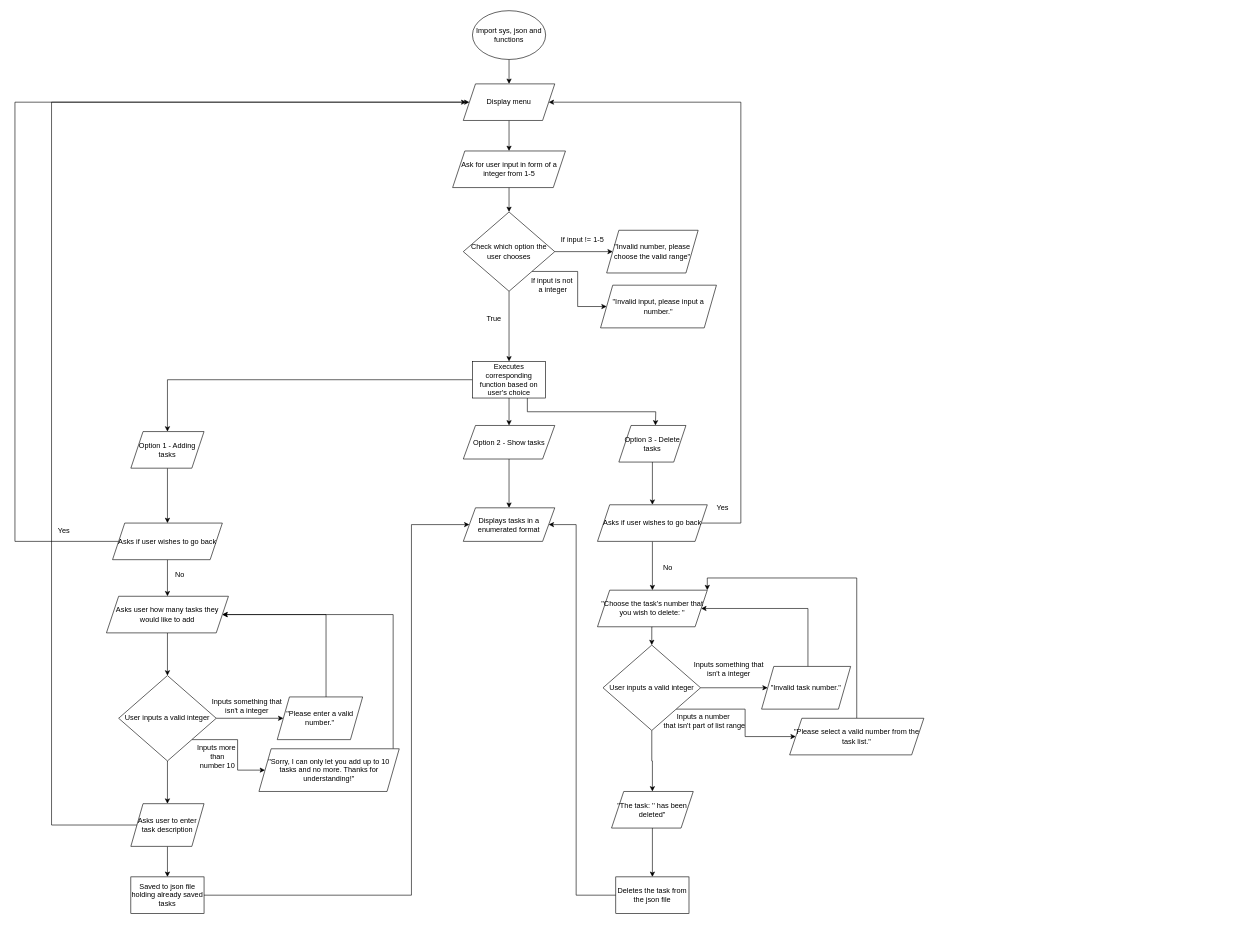
The draw.io diagram Untitled Diagram.drawio in r3dkoi/personal-projects, before the edit. Source tidied: cells renumbered, new cells numbered last; positions are measured from the earlier drawing's top-left corner, leaving out a move shared by most shapes. Both pictures are drawn from the tidied source at 61%, with x=0, y=0 at pixel (15, 10).
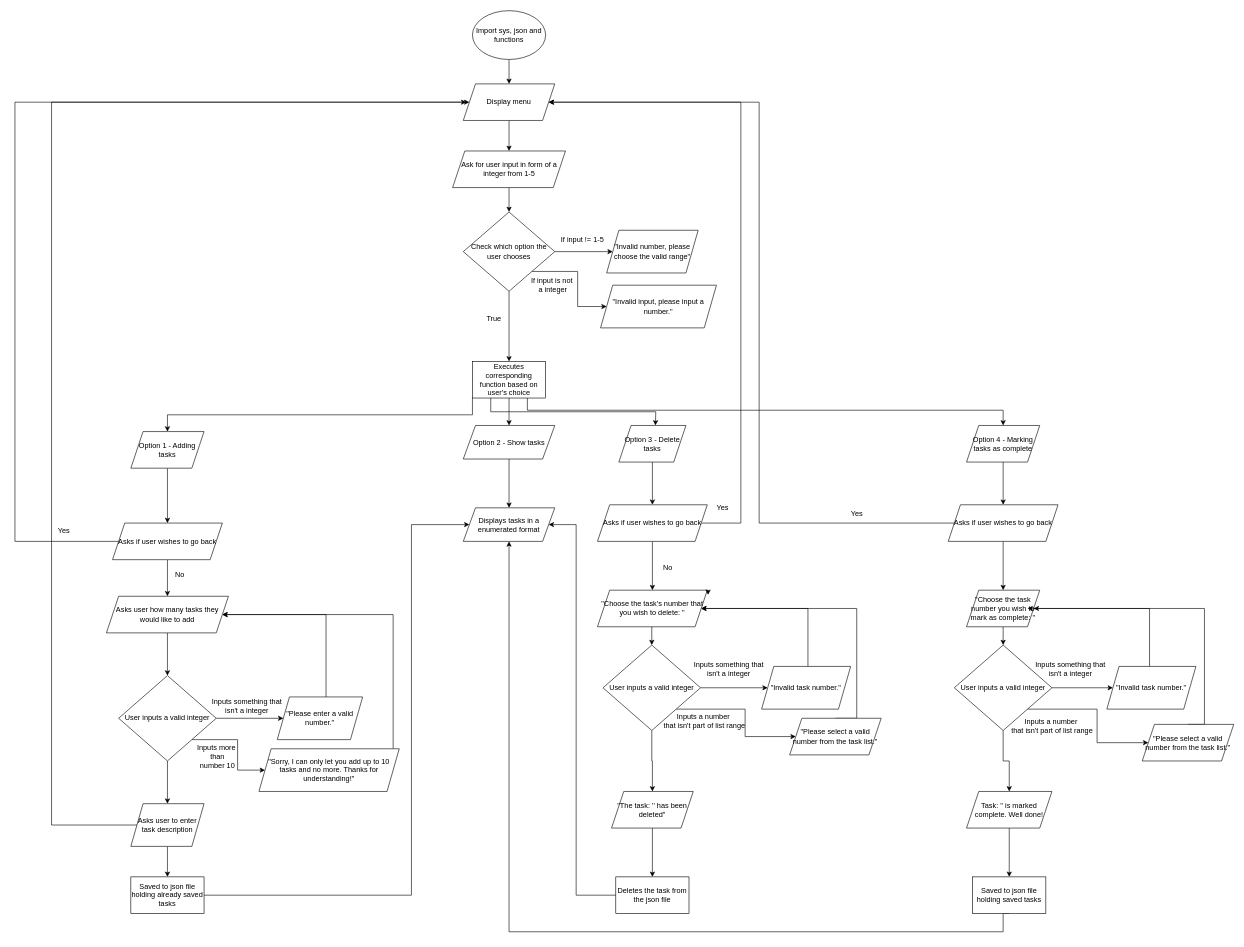
The same diagram, later.

Commit message:
Finished marking tasks

The change refers to these unchanged cells:
```xml
<mxCell id="5" value="Display menu" style="shape=parallelogram;perimeter=parallelogramPerimeter;whiteSpace=wrap;html=1;fixedSize=1;" parent="1" vertex="1">
  <mxGeometry x="735" y="120" width="150" height="60" as="geometry" />
</mxCell>
<mxCell id="19" value="Executes corresponding function based on user's choice" style="whiteSpace=wrap;html=1;" parent="1" vertex="1">
  <mxGeometry x="750" y="575" width="120" height="60" as="geometry" />
</mxCell>
<mxCell id="22" value="Option 1 - Adding&lt;br&gt;tasks" style="shape=parallelogram;perimeter=parallelogramPerimeter;whiteSpace=wrap;html=1;fixedSize=1;" parent="1" vertex="1">
  <mxGeometry x="190" y="690" width="120" height="60" as="geometry" />
</mxCell>
<mxCell id="46" value="Option 2 - Show tasks" style="shape=parallelogram;perimeter=parallelogramPerimeter;whiteSpace=wrap;html=1;fixedSize=1;" parent="1" vertex="1">
  <mxGeometry x="735" y="680" width="150" height="55" as="geometry" />
</mxCell>
<mxCell id="47" value="Displays tasks in a enumerated format" style="shape=parallelogram;perimeter=parallelogramPerimeter;whiteSpace=wrap;html=1;fixedSize=1;" parent="1" vertex="1">
  <mxGeometry x="735" y="815" width="150" height="55" as="geometry" />
</mxCell>
<mxCell id="54" value="&quot;Choose the task's number that you wish to delete: &quot;" style="shape=parallelogram;perimeter=parallelogramPerimeter;whiteSpace=wrap;html=1;fixedSize=1;" parent="1" vertex="1">
  <mxGeometry x="955" y="950" width="180" height="60" as="geometry" />
</mxCell>
```

Diff of the diagram source:
```diff
@@
-    <mxCell id="16" style="edgeStyle=orthogonalEdgeStyle;rounded=0;jettySize=auto;html=1;" parent="1" edge="1" source="19" target="22">
+    <mxCell id="16" style="edgeStyle=orthogonalEdgeStyle;rounded=0;jettySize=auto;html=1;exitX=0;exitY=1;exitDx=0;exitDy=0;" parent="1" edge="1" source="19" target="22">
       <mxGeometry relative="1" as="geometry" />
     </mxCell>
-    <mxCell id="17" style="edgeStyle=orthogonalEdgeStyle;rounded=0;jettySize=auto;html=1;" parent="1" edge="1" source="19" target="46">
+    <mxCell id="17" style="edgeStyle=orthogonalEdgeStyle;rounded=0;jettySize=auto;html=1;exitX=0.25;exitY=1;exitDx=0;exitDy=0;" parent="1" edge="1" source="19" target="46">
       <mxGeometry relative="1" as="geometry" />
     </mxCell>
-    <mxCell id="18" style="edgeStyle=orthogonalEdgeStyle;rounded=0;jettySize=auto;html=1;exitX=0.75;exitY=1;exitDx=0;exitDy=0;" parent="1" edge="1" source="19">
+    <mxCell id="18" style="edgeStyle=orthogonalEdgeStyle;rounded=0;jettySize=auto;html=1;exitX=0.5;exitY=1;exitDx=0;exitDy=0;" parent="1" edge="1" source="19">
       <mxGeometry relative="1" as="geometry">
         <mxPoint x="1050" y="680" as="targetPoint" />
       </mxGeometry>
     </mxCell>
+    <mxCell id="71" style="edgeStyle=orthogonalEdgeStyle;rounded=0;jettySize=auto;html=1;exitX=0.75;exitY=1;exitDx=0;exitDy=0;entryX=0.5;entryY=0;entryDx=0;entryDy=0;" parent="1" edge="1" source="19" target="73">
+      <mxGeometry relative="1" as="geometry">
+        <Array as="points">
+          <mxPoint x="840" y="655" />
+          <mxPoint x="1620" y="655" />
+        </Array>
+      </mxGeometry>
+    </mxCell>
@@
-    <mxCell id="63" style="edgeStyle=orthogonalEdgeStyle;rounded=0;jettySize=auto;html=1;entryX=1;entryY=0;entryDx=0;entryDy=0;" parent="1" edge="1" source="64" target="54">
+    <mxCell id="63" style="edgeStyle=orthogonalEdgeStyle;rounded=0;jettySize=auto;html=1;exitX=0.5;exitY=0;exitDx=0;exitDy=0;entryX=1;entryY=0.5;entryDx=0;entryDy=0;" parent="1" edge="1" source="64" target="54">
       <mxGeometry relative="1" as="geometry">
         <Array as="points">
-          <mxPoint x="1380" y="930" />
-          <mxPoint x="1135" y="930" />
+          <mxPoint x="1380" y="980" />
         </Array>
       </mxGeometry>
     </mxCell>
     <mxCell id="64" value="&quot;Please select a valid number from the task list.&quot;" style="shape=parallelogram;perimeter=parallelogramPerimeter;whiteSpace=wrap;html=1;fixedSize=1;" parent="1" vertex="1">
-      <mxGeometry x="1270" y="1160" width="220" height="60" as="geometry" />
+      <mxGeometry x="1270" y="1160" width="150" height="60" as="geometry" />
     </mxCell>
@@
+    <mxCell id="72" style="edgeStyle=orthogonalEdgeStyle;rounded=0;jettySize=auto;html=1;exitX=0.5;exitY=1;exitDx=0;exitDy=0;entryX=0.5;entryY=0;entryDx=0;entryDy=0;" parent="1" edge="1" source="73" target="76">
+      <mxGeometry relative="1" as="geometry" />
+    </mxCell>
+    <mxCell id="73" value="Option 4 - Marking tasks as complete" style="shape=parallelogram;perimeter=parallelogramPerimeter;whiteSpace=wrap;html=1;fixedSize=1;" parent="1" vertex="1">
+      <mxGeometry x="1560" y="680" width="120" height="60" as="geometry" />
+    </mxCell>
+    <mxCell id="74" style="edgeStyle=orthogonalEdgeStyle;rounded=0;jettySize=auto;html=1;entryX=1;entryY=0.5;entryDx=0;entryDy=0;" parent="1" edge="1" source="76" target="5">
+      <mxGeometry relative="1" as="geometry">
+        <Array as="points">
+          <mxPoint x="1220" y="840" />
+          <mxPoint x="1220" y="150" />
+        </Array>
+      </mxGeometry>
+    </mxCell>
+    <mxCell id="75" style="edgeStyle=orthogonalEdgeStyle;rounded=0;jettySize=auto;html=1;" parent="1" edge="1" source="76" target="80">
+      <mxGeometry relative="1" as="geometry" />
+    </mxCell>
+    <mxCell id="76" value="Asks if user wishes to go back" style="shape=parallelogram;perimeter=parallelogramPerimeter;whiteSpace=wrap;html=1;fixedSize=1;" parent="1" vertex="1">
+      <mxGeometry x="1530" y="810" width="180" height="60" as="geometry" />
+    </mxCell>
+    <mxCell id="77" style="edgeStyle=orthogonalEdgeStyle;rounded=0;orthogonalLoop=1;jettySize=auto;html=1;exitX=1;exitY=0;exitDx=0;exitDy=0;entryX=1.007;entryY=0.127;entryDx=0;entryDy=0;entryPerimeter=0;" parent="1" edge="1" source="54" target="54">
+      <mxGeometry relative="1" as="geometry" />
+    </mxCell>
+    <mxCell id="78" value="Yes" style="text;html=1;align=center;verticalAlign=middle;strokeColor=none;fillColor=none;" parent="1" vertex="1">
+      <mxGeometry x="1360" y="810" width="40" height="30" as="geometry" />
+    </mxCell>
+    <mxCell id="79" style="edgeStyle=orthogonalEdgeStyle;rounded=0;jettySize=auto;html=1;exitX=0.5;exitY=1;exitDx=0;exitDy=0;entryX=0.5;entryY=0;entryDx=0;entryDy=0;" parent="1" edge="1" source="80" target="84">
+      <mxGeometry relative="1" as="geometry" />
+    </mxCell>
+    <mxCell id="80" value="&quot;Choose the task number you wish to mark as complete: &quot;" style="shape=parallelogram;perimeter=parallelogramPerimeter;whiteSpace=wrap;html=1;fixedSize=1;" parent="1" vertex="1">
+      <mxGeometry x="1560" y="950" width="120" height="60" as="geometry" />
+    </mxCell>
+    <mxCell id="81" style="edgeStyle=orthogonalEdgeStyle;rounded=0;jettySize=auto;html=1;exitX=1;exitY=0.5;exitDx=0;exitDy=0;entryX=0;entryY=0.5;entryDx=0;entryDy=0;" parent="1" edge="1" source="84" target="86">
+      <mxGeometry relative="1" as="geometry" />
+    </mxCell>
+    <mxCell id="82" style="edgeStyle=orthogonalEdgeStyle;rounded=0;jettySize=auto;html=1;exitX=1;exitY=1;exitDx=0;exitDy=0;entryX=0;entryY=0.5;entryDx=0;entryDy=0;" parent="1" edge="1" source="84" target="88">
+      <mxGeometry relative="1" as="geometry" />
+    </mxCell>
+    <mxCell id="83" style="edgeStyle=orthogonalEdgeStyle;rounded=0;jettySize=auto;html=1;" parent="1" edge="1" source="84" target="92">
+      <mxGeometry relative="1" as="geometry" />
+    </mxCell>
+    <mxCell id="84" value="User inputs a valid integer" style="rhombus;whiteSpace=wrap;html=1;" parent="1" vertex="1">
+      <mxGeometry x="1540" y="1040" width="160" height="140" as="geometry" />
+    </mxCell>
+    <mxCell id="85" style="edgeStyle=orthogonalEdgeStyle;rounded=0;jettySize=auto;html=1;entryX=1;entryY=0.5;entryDx=0;entryDy=0;" parent="1" edge="1" source="86" target="80">
+      <mxGeometry relative="1" as="geometry">
+        <Array as="points">
+          <mxPoint x="1860" y="980" />
+        </Array>
+      </mxGeometry>
+    </mxCell>
+    <mxCell id="86" value="&quot;Invalid task number.&quot;" style="shape=parallelogram;perimeter=parallelogramPerimeter;whiteSpace=wrap;html=1;fixedSize=1;" parent="1" vertex="1">
+      <mxGeometry x="1790" y="1075" width="146" height="70" as="geometry" />
+    </mxCell>
+    <mxCell id="87" style="edgeStyle=orthogonalEdgeStyle;rounded=0;jettySize=auto;html=1;exitX=0.5;exitY=0;exitDx=0;exitDy=0;" parent="1" edge="1" source="88">
+      <mxGeometry relative="1" as="geometry">
+        <mxPoint x="1660" y="980" as="targetPoint" />
+        <Array as="points">
+          <mxPoint x="1950" y="1170" />
+          <mxPoint x="1950" y="980" />
+        </Array>
+      </mxGeometry>
+    </mxCell>
+    <mxCell id="88" value="&quot;Please select a valid number from the task list.&quot;" style="shape=parallelogram;perimeter=parallelogramPerimeter;whiteSpace=wrap;html=1;fixedSize=1;" parent="1" vertex="1">
+      <mxGeometry x="1848" y="1170" width="150" height="60" as="geometry" />
+    </mxCell>
+    <mxCell id="89" value="Inputs something that &lt;br&gt;isn't a integer" style="text;html=1;align=center;verticalAlign=middle;strokeColor=none;fillColor=none;" parent="1" vertex="1">
+      <mxGeometry x="1660" y="1060" width="140" height="40" as="geometry" />
+    </mxCell>
+    <mxCell id="90" value="Inputs a number&amp;nbsp;&lt;div&gt;that&lt;span style=&quot;background-color: transparent; color: light-dark(rgb(0, 0, 0), rgb(255, 255, 255));&quot;&gt;&amp;nbsp;isn't part of list range&lt;/span&gt;&lt;/div&gt;" style="text;html=1;align=center;verticalAlign=middle;strokeColor=none;fillColor=none;" parent="1" vertex="1">
+      <mxGeometry x="1620" y="1153" width="160" height="40" as="geometry" />
+    </mxCell>
+    <mxCell id="91" style="edgeStyle=orthogonalEdgeStyle;rounded=0;jettySize=auto;html=1;" parent="1" edge="1" source="92" target="94">
+      <mxGeometry relative="1" as="geometry" />
+    </mxCell>
+    <mxCell id="92" value="Task: '' is marked complete. Well done!" style="shape=parallelogram;perimeter=parallelogramPerimeter;whiteSpace=wrap;html=1;fixedSize=1;" parent="1" vertex="1">
+      <mxGeometry x="1560" y="1280" width="140" height="60" as="geometry" />
+    </mxCell>
+    <mxCell id="93" style="edgeStyle=orthogonalEdgeStyle;rounded=0;jettySize=auto;html=1;exitX=0.5;exitY=1;exitDx=0;exitDy=0;entryX=0.5;entryY=1;entryDx=0;entryDy=0;" parent="1" edge="1" source="94" target="47">
+      <mxGeometry relative="1" as="geometry">
+        <Array as="points">
+          <mxPoint x="1620" y="1510" />
+          <mxPoint x="810" y="1510" />
+        </Array>
+      </mxGeometry>
+    </mxCell>
+    <mxCell id="94" value="Saved to json file holding saved tasks" style="whiteSpace=wrap;html=1;" parent="1" vertex="1">
+      <mxGeometry x="1570" y="1420" width="120" height="60" as="geometry" />
+    </mxCell>
```
